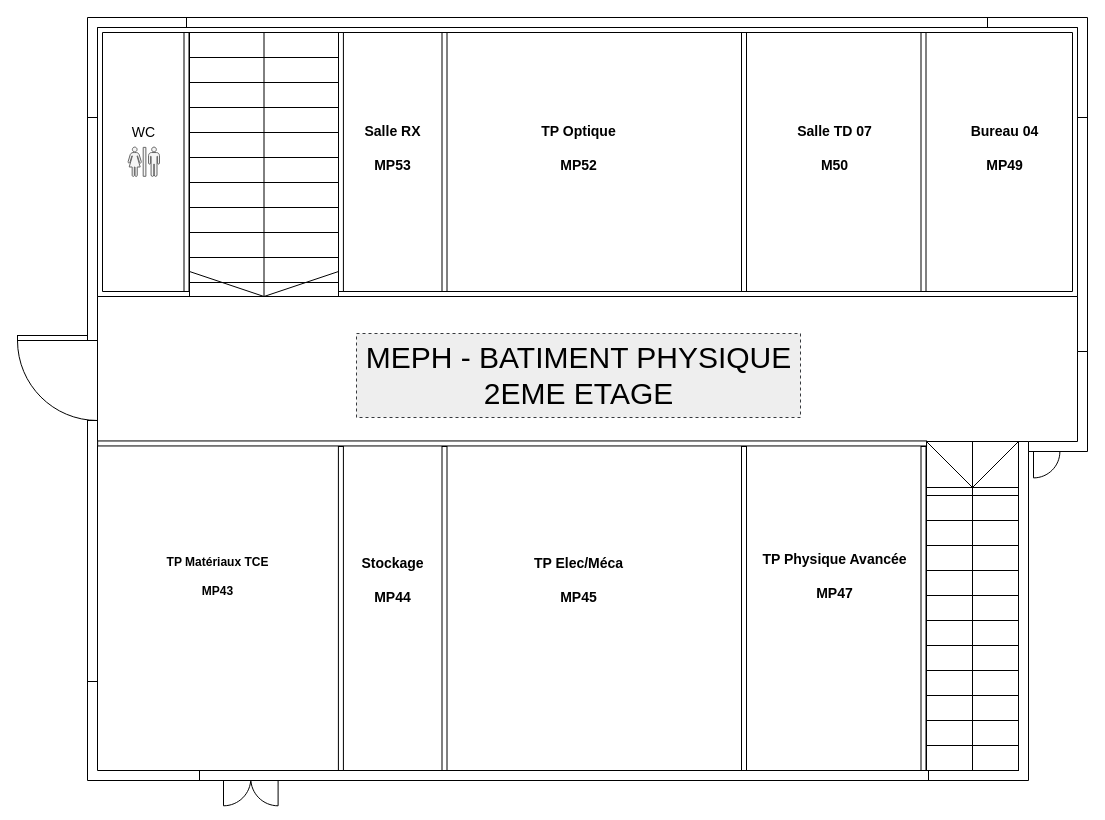
This is page "2EME" (3 of 3) of meph-plan_physique.drawio from gI7DUmmY/diagrams, a draw.io file, before an edit. Source tidied: cells renumbered, new cells numbered last; positions are measured from the earlier drawing's top-left corner, leaving out a move shared by most shapes. Both pictures are drawn from the tidied source at 100%, with x=0, y=0 at pixel (17, 17).
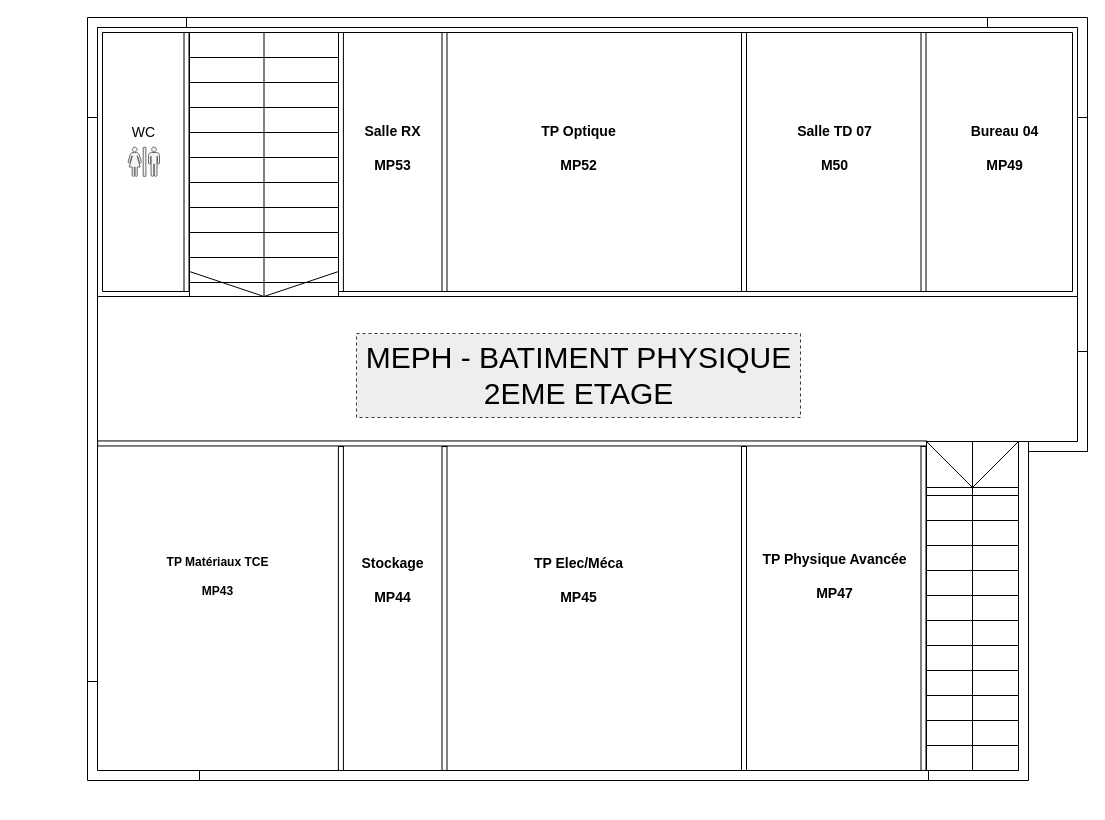
The same page after the edit.

Change to the diagram source:
```diff
@@
-    <mxCell id="2" style="verticalLabelPosition=bottom;html=1;verticalAlign=top;align=center;shape=mxgraph.floorplan.doorLeft;" parent="1" vertex="1">
-      <mxGeometry x="1016" y="429" width="26.4" height="28" as="geometry" />
-    </mxCell>
-    <mxCell id="3" style="verticalLabelPosition=bottom;html=1;verticalAlign=top;align=center;shape=mxgraph.floorplan.doorRight;" parent="1" vertex="1">
-      <mxGeometry y="318" width="80" height="85" as="geometry" />
-    </mxCell>
@@
     <mxCell id="9" style="verticalLabelPosition=bottom;html=1;verticalAlign=top;align=center;shape=mxgraph.floorplan.wall;direction=south;" parent="1" vertex="1">
-      <mxGeometry x="70" y="100" width="10" height="223" as="geometry" />
+      <mxGeometry x="70" y="100" width="10" height="564" as="geometry" />
     </mxCell>
-    <mxCell id="10" style="verticalLabelPosition=bottom;html=1;verticalAlign=top;align=center;shape=mxgraph.floorplan.wall;direction=south;" parent="1" vertex="1">
-      <mxGeometry x="70" y="403" width="10" height="261" as="geometry" />
-    </mxCell>
@@
-    <mxCell id="16" style="verticalLabelPosition=bottom;html=1;verticalAlign=top;align=center;shape=mxgraph.floorplan.doorDouble;strokeColor=default;fontFamily=Helvetica;fontSize=12;fontColor=default;fillColor=default;" parent="1" vertex="1">
-      <mxGeometry x="206" y="756" width="54.6" height="29" as="geometry" />
-    </mxCell>
```
